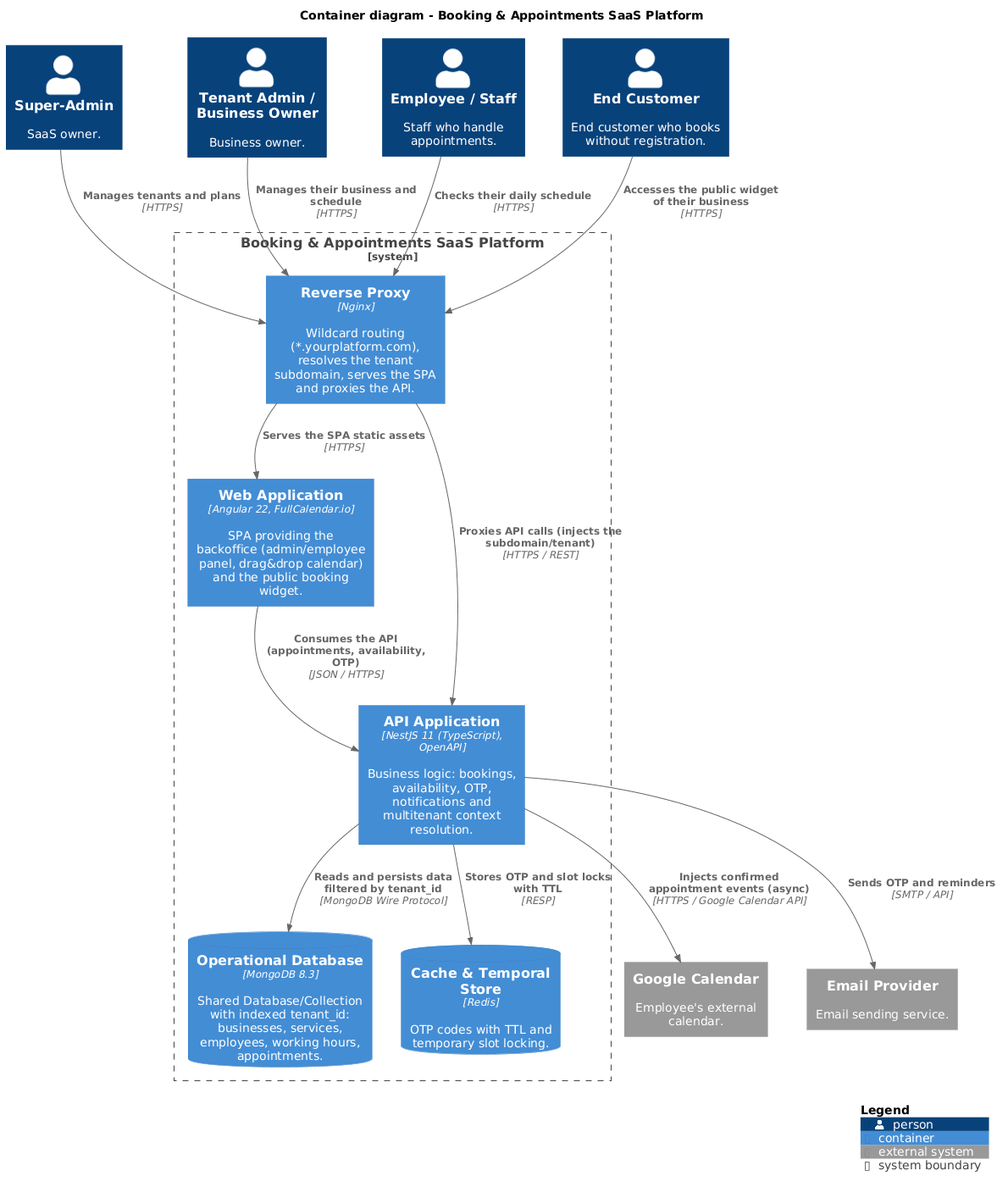
This is system_architecture/design_view/c2_containers.png from jose-korvusinc/finalproject-lidr-i4devs, a PlantUML export, as it was before one commit.
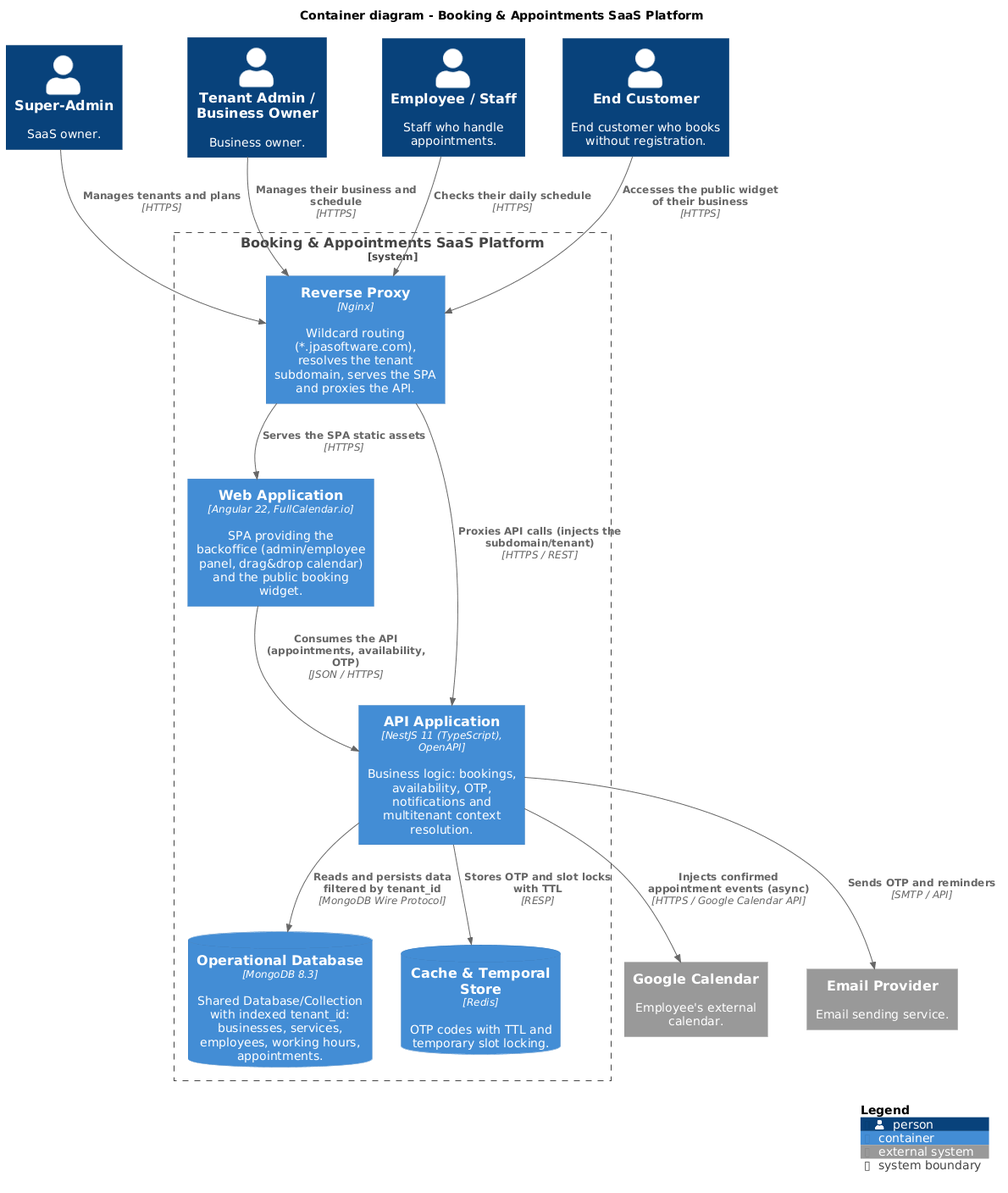
The same diagram one commit later.

The edit, as a diff of the source:
```diff
@@ -1,4 +1,4 @@
-@startuml
+@startuml c2_containers
 !include https://raw.githubusercontent.com/plantuml-stdlib/C4-PlantUML/master/C4_Container.puml
 
 title Container diagram - Booking & Appointments SaaS Platform
@@ -12,7 +12,7 @@
 System_Ext(emailProvider, "Email Provider", "Email sending service.")
 
 System_Boundary(platform, "Booking & Appointments SaaS Platform") {
-    Container(reverseProxy, "Reverse Proxy", "Nginx", "Wildcard routing (*.yourplatform.com), resolves the tenant subdomain, serves the SPA and proxies the API.")
+    Container(reverseProxy, "Reverse Proxy", "Nginx", "Wildcard routing (*.jpasoftware.com), resolves the tenant subdomain, serves the SPA and proxies the API.")
     Container(webApp, "Web Application", "Angular 22, FullCalendar.io", "SPA providing the backoffice (admin/employee panel, drag&drop calendar) and the public booking widget.")
     Container(api, "API Application", "NestJS 11 (TypeScript), OpenAPI", "Business logic: bookings, availability, OTP, notifications and multitenant context resolution.")
     ContainerDb(mongo, "Operational Database", "MongoDB 8.3", "Shared Database/Collection with indexed tenant_id: businesses, services, employees, working hours, appointments.")
```
